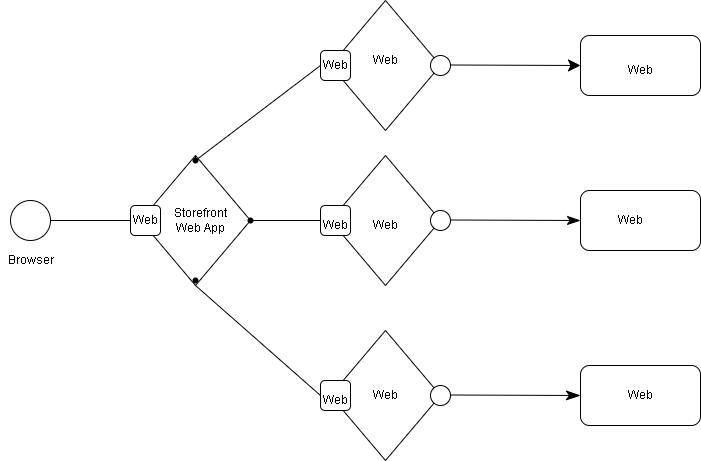
Earlier version of the draw.io export givealittle/MicroServices.png (tiisetsohub/GiveALittle). Source tidied: cells renumbered, new cells last; positions are measured from the earlier drawing's top-left corner, leaving out a move shared by most shapes. Its diagram source:
```xml
<mxGraphModel>
  <root>
    <mxCell id="0" />
    <mxCell id="1" parent="0" />
    <mxCell id="2" style="ellipse;whiteSpace=wrap;html=1;" parent="1" vertex="1">
      <mxGeometry x="10" y="200" width="40" height="40" as="geometry" />
    </mxCell>
    <mxCell id="3" style="rhombus;whiteSpace=wrap;html=1;" parent="1" vertex="1">
      <mxGeometry x="330" width="110" height="130" as="geometry" />
    </mxCell>
    <mxCell id="4" style="rhombus;whiteSpace=wrap;html=1;" parent="1" vertex="1">
      <mxGeometry x="330" y="155" width="110" height="130" as="geometry" />
    </mxCell>
    <mxCell id="5" style="rhombus;whiteSpace=wrap;html=1;" parent="1" vertex="1">
      <mxGeometry x="330" y="330" width="110" height="130" as="geometry" />
    </mxCell>
    <mxCell id="6" style="rounded=1;whiteSpace=wrap;html=1;" parent="1" vertex="1">
      <mxGeometry x="580" y="35" width="120" height="60" as="geometry" />
    </mxCell>
    <mxCell id="7" style="rounded=1;whiteSpace=wrap;html=1;" parent="1" vertex="1">
      <mxGeometry x="580" y="190" width="120" height="60" as="geometry" />
    </mxCell>
    <mxCell id="8" style="rounded=1;whiteSpace=wrap;html=1;" parent="1" vertex="1">
      <mxGeometry x="580" y="365" width="120" height="60" as="geometry" />
    </mxCell>
    <mxCell id="9" style="endArrow=none;html=1;rounded=0;entryX=0;entryY=0.5;entryDx=0;entryDy=0;exitX=1;exitY=0.5;exitDx=0;exitDy=0;startArrow=none;" parent="1" edge="1" source="21" target="10">
      <mxGeometry relative="1" as="geometry" />
    </mxCell>
    <mxCell id="10" style="rhombus;whiteSpace=wrap;html=1;" parent="1" vertex="1">
      <mxGeometry x="140" y="155" width="110" height="130" as="geometry" />
    </mxCell>
    <mxCell id="11" style="rounded=1;whiteSpace=wrap;html=1;" parent="1" vertex="1">
      <mxGeometry x="320" y="50" width="30" height="30" as="geometry" />
    </mxCell>
    <mxCell id="12" style="rounded=1;whiteSpace=wrap;html=1;" parent="1" vertex="1">
      <mxGeometry x="320" y="205" width="30" height="30" as="geometry" />
    </mxCell>
    <mxCell id="13" style="rounded=1;whiteSpace=wrap;html=1;" parent="1" vertex="1">
      <mxGeometry x="320" y="380" width="30" height="30" as="geometry" />
    </mxCell>
    <mxCell id="14" style="ellipse;whiteSpace=wrap;html=1;" parent="1" vertex="1">
      <mxGeometry x="430" y="55" width="20" height="20" as="geometry" />
    </mxCell>
    <mxCell id="15" style="ellipse;whiteSpace=wrap;html=1;" parent="1" vertex="1">
      <mxGeometry x="430" y="210" width="20" height="20" as="geometry" />
    </mxCell>
    <mxCell id="16" style="ellipse;whiteSpace=wrap;html=1;" parent="1" vertex="1">
      <mxGeometry x="430" y="385" width="20" height="20" as="geometry" />
    </mxCell>
    <mxCell id="17" style="endArrow=none;html=1;rounded=0;entryX=0;entryY=0.5;entryDx=0;entryDy=0;exitX=1;exitY=0.5;exitDx=0;exitDy=0;" parent="1" edge="1" source="10" target="12">
      <mxGeometry relative="1" as="geometry" />
    </mxCell>
    <mxCell id="18" style="endArrow=classicThin;html=1;rounded=0;entryX=0;entryY=0.5;entryDx=0;entryDy=0;exitX=1;exitY=0.5;exitDx=0;exitDy=0;endFill=1;endSize=11;" parent="1" edge="1" target="7">
      <mxGeometry relative="1" as="geometry">
        <mxPoint x="450" y="219.5" as="sourcePoint" />
      </mxGeometry>
    </mxCell>
    <mxCell id="19" style="endArrow=classic;html=1;rounded=0;entryX=0;entryY=0.5;entryDx=0;entryDy=0;exitX=1;exitY=0.5;exitDx=0;exitDy=0;endFill=1;endSize=10;" parent="1" edge="1">
      <mxGeometry relative="1" as="geometry">
        <mxPoint x="450" y="64.5" as="sourcePoint" />
        <mxPoint x="580" y="65" as="targetPoint" />
      </mxGeometry>
    </mxCell>
    <mxCell id="20" style="endArrow=classicThin;html=1;rounded=0;entryX=0;entryY=0.5;entryDx=0;entryDy=0;exitX=1;exitY=0.5;exitDx=0;exitDy=0;endFill=1;endSize=12;" parent="1" edge="1">
      <mxGeometry relative="1" as="geometry">
        <mxPoint x="450" y="394.5" as="sourcePoint" />
        <mxPoint x="580" y="395" as="targetPoint" />
      </mxGeometry>
    </mxCell>
    <mxCell id="21" style="rounded=1;whiteSpace=wrap;html=1;" parent="1" vertex="1">
      <mxGeometry x="130" y="205" width="30" height="30" as="geometry" />
    </mxCell>
    <mxCell id="22" style="endArrow=none;html=1;rounded=0;entryX=0;entryY=0.5;entryDx=0;entryDy=0;exitX=1;exitY=0.5;exitDx=0;exitDy=0;" parent="1" edge="1" source="2" target="21">
      <mxGeometry relative="1" as="geometry" />
    </mxCell>
    <mxCell id="23" style="endArrow=none;html=1;rounded=0;entryX=0;entryY=0.5;entryDx=0;entryDy=0;exitDx=0;exitDy=0;startArrow=none;" parent="1" edge="1" source="25" target="11">
      <mxGeometry relative="1" as="geometry" />
    </mxCell>
    <mxCell id="24" style="endArrow=none;html=1;rounded=0;entryX=0;entryY=0.5;entryDx=0;entryDy=0;exitX=0.5;exitY=1;exitDx=0;exitDy=0;" parent="1" edge="1" source="10" target="13">
      <mxGeometry relative="1" as="geometry" />
    </mxCell>
    <mxCell id="25" style="shape=waypoint;sketch=0;fillStyle=solid;size=6;points=[];fillColor=none;perimeter=centerPerimeter;snapToPoint=1;" parent="1" vertex="1">
      <mxGeometry x="175" y="140" width="40" height="40" as="geometry" />
    </mxCell>
    <mxCell id="26" style="endArrow=none;html=1;rounded=0;entryDx=0;entryDy=0;exitX=0.5;exitY=0;exitDx=0;exitDy=0;" parent="1" edge="1" source="10" target="25">
      <mxGeometry relative="1" as="geometry" />
    </mxCell>
    <mxCell id="27" style="shape=waypoint;sketch=0;fillStyle=solid;size=6;fillColor=none;perimeter=centerPerimeter;" parent="1" vertex="1">
      <mxGeometry x="230" y="200" width="40" height="40" as="geometry" />
    </mxCell>
    <mxCell id="28" style="shape=waypoint;sketch=0;fillStyle=solid;size=6;fillColor=none;perimeter=centerPerimeter;" parent="1" vertex="1">
      <mxGeometry x="175" y="260" width="40" height="40" as="geometry" />
    </mxCell>
    <mxCell id="29" value="Browser" style="text;html=1;align=center;verticalAlign=middle;fillColor=none;strokeColor=none;rounded=0;" parent="1" vertex="1">
      <mxGeometry y="250" width="60" height="20" as="geometry" />
    </mxCell>
    <mxCell id="30" value="Web" style="text;html=1;align=center;verticalAlign=middle;fillColor=none;strokeColor=none;rounded=0;" parent="1" vertex="1">
      <mxGeometry x="125" y="210" width="40" height="20" as="geometry" />
    </mxCell>
    <mxCell id="31" value="Storefront&lt;br&gt;Web App" style="text;html=1;align=center;verticalAlign=middle;fillColor=none;strokeColor=none;rounded=0;" parent="1" vertex="1">
      <mxGeometry x="165" y="205" width="70" height="30" as="geometry" />
    </mxCell>
    <mxCell id="32" value="Web" style="text;html=1;align=center;verticalAlign=middle;fillColor=none;strokeColor=none;rounded=0;" parent="1" vertex="1">
      <mxGeometry x="365" y="50" width="40" height="20" as="geometry" />
    </mxCell>
    <mxCell id="33" value="Web" style="text;html=1;align=center;verticalAlign=middle;fillColor=none;strokeColor=none;rounded=0;" parent="1" vertex="1">
      <mxGeometry x="365" y="215" width="40" height="20" as="geometry" />
    </mxCell>
    <mxCell id="34" value="Web" style="text;html=1;align=center;verticalAlign=middle;fillColor=none;strokeColor=none;rounded=0;" parent="1" vertex="1">
      <mxGeometry x="365" y="385" width="40" height="20" as="geometry" />
    </mxCell>
    <mxCell id="35" value="Web" style="text;html=1;align=center;verticalAlign=middle;fillColor=none;strokeColor=none;rounded=0;" parent="1" vertex="1">
      <mxGeometry x="315" y="55" width="40" height="20" as="geometry" />
    </mxCell>
    <mxCell id="36" value="Web" style="text;html=1;align=center;verticalAlign=middle;fillColor=none;strokeColor=none;rounded=0;" parent="1" vertex="1">
      <mxGeometry x="315" y="215" width="40" height="20" as="geometry" />
    </mxCell>
    <mxCell id="37" value="Web" style="text;html=1;align=center;verticalAlign=middle;fillColor=none;strokeColor=none;rounded=0;" parent="1" vertex="1">
      <mxGeometry x="315" y="390" width="40" height="20" as="geometry" />
    </mxCell>
    <mxCell id="38" value="Web" style="text;html=1;align=center;verticalAlign=middle;fillColor=none;strokeColor=none;rounded=0;" parent="1" vertex="1">
      <mxGeometry x="620" y="60" width="40" height="20" as="geometry" />
    </mxCell>
    <mxCell id="39" value="Web" style="text;html=1;align=center;verticalAlign=middle;fillColor=none;strokeColor=none;rounded=0;" parent="1" vertex="1">
      <mxGeometry x="610" y="210" width="40" height="20" as="geometry" />
    </mxCell>
    <mxCell id="40" value="Web" style="text;html=1;align=center;verticalAlign=middle;fillColor=none;strokeColor=none;rounded=0;" parent="1" vertex="1">
      <mxGeometry x="620" y="385" width="40" height="20" as="geometry" />
    </mxCell>
  </root>
</mxGraphModel>
```
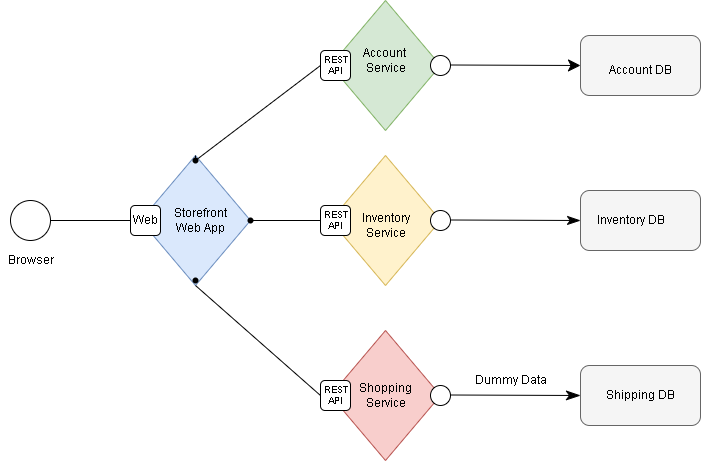
Above is the later version.

What changed in the source:
```diff
@@ -5,28 +5,28 @@
     <mxCell id="2" style="ellipse;whiteSpace=wrap;html=1;" parent="1" vertex="1">
       <mxGeometry x="10" y="200" width="40" height="40" as="geometry" />
     </mxCell>
-    <mxCell id="3" style="rhombus;whiteSpace=wrap;html=1;" parent="1" vertex="1">
+    <mxCell id="3" style="rhombus;whiteSpace=wrap;html=1;fillColor=#d5e8d4;strokeColor=#82b366;" parent="1" vertex="1">
       <mxGeometry x="330" width="110" height="130" as="geometry" />
     </mxCell>
-    <mxCell id="4" style="rhombus;whiteSpace=wrap;html=1;" parent="1" vertex="1">
+    <mxCell id="4" style="rhombus;whiteSpace=wrap;html=1;fillColor=#fff2cc;strokeColor=#d6b656;" parent="1" vertex="1">
       <mxGeometry x="330" y="155" width="110" height="130" as="geometry" />
     </mxCell>
-    <mxCell id="5" style="rhombus;whiteSpace=wrap;html=1;" parent="1" vertex="1">
+    <mxCell id="5" style="rhombus;whiteSpace=wrap;html=1;fillColor=#f8cecc;strokeColor=#b85450;" parent="1" vertex="1">
       <mxGeometry x="330" y="330" width="110" height="130" as="geometry" />
     </mxCell>
-    <mxCell id="6" style="rounded=1;whiteSpace=wrap;html=1;" parent="1" vertex="1">
+    <mxCell id="6" style="rounded=1;whiteSpace=wrap;html=1;fillColor=#f5f5f5;fontColor=#333333;strokeColor=#666666;" parent="1" vertex="1">
       <mxGeometry x="580" y="35" width="120" height="60" as="geometry" />
     </mxCell>
-    <mxCell id="7" style="rounded=1;whiteSpace=wrap;html=1;" parent="1" vertex="1">
+    <mxCell id="7" style="rounded=1;whiteSpace=wrap;html=1;fillColor=#f5f5f5;fontColor=#333333;strokeColor=#666666;" parent="1" vertex="1">
       <mxGeometry x="580" y="190" width="120" height="60" as="geometry" />
     </mxCell>
-    <mxCell id="8" style="rounded=1;whiteSpace=wrap;html=1;" parent="1" vertex="1">
+    <mxCell id="8" style="rounded=1;whiteSpace=wrap;html=1;fillColor=#f5f5f5;fontColor=#333333;strokeColor=#666666;" parent="1" vertex="1">
       <mxGeometry x="580" y="365" width="120" height="60" as="geometry" />
     </mxCell>
     <mxCell id="9" style="endArrow=none;html=1;rounded=0;entryX=0;entryY=0.5;entryDx=0;entryDy=0;exitX=1;exitY=0.5;exitDx=0;exitDy=0;startArrow=none;" parent="1" edge="1" source="21" target="10">
       <mxGeometry relative="1" as="geometry" />
     </mxCell>
-    <mxCell id="10" style="rhombus;whiteSpace=wrap;html=1;" parent="1" vertex="1">
+    <mxCell id="10" style="rhombus;whiteSpace=wrap;html=1;fillColor=#dae8fc;strokeColor=#6c8ebf;" parent="1" vertex="1">
       <mxGeometry x="140" y="155" width="110" height="130" as="geometry" />
     </mxCell>
     <mxCell id="11" style="rounded=1;whiteSpace=wrap;html=1;" parent="1" vertex="1">
@@ -100,32 +100,35 @@
     <mxCell id="31" value="Storefront&lt;br&gt;Web App" style="text;html=1;align=center;verticalAlign=middle;fillColor=none;strokeColor=none;rounded=0;" parent="1" vertex="1">
       <mxGeometry x="165" y="205" width="70" height="30" as="geometry" />
     </mxCell>
-    <mxCell id="32" value="Web" style="text;html=1;align=center;verticalAlign=middle;fillColor=none;strokeColor=none;rounded=0;" parent="1" vertex="1">
-      <mxGeometry x="365" y="50" width="40" height="20" as="geometry" />
+    <mxCell id="32" value="Account&amp;nbsp;&lt;br&gt;Service" style="text;html=1;align=center;verticalAlign=middle;fillColor=none;strokeColor=none;rounded=0;" parent="1" vertex="1">
+      <mxGeometry x="355" y="45" width="60" height="30" as="geometry" />
     </mxCell>
-    <mxCell id="33" value="Web" style="text;html=1;align=center;verticalAlign=middle;fillColor=none;strokeColor=none;rounded=0;" parent="1" vertex="1">
-      <mxGeometry x="365" y="215" width="40" height="20" as="geometry" />
+    <mxCell id="33" value="Inventory&lt;br&gt;Service" style="text;html=1;align=center;verticalAlign=middle;fillColor=none;strokeColor=none;rounded=0;" parent="1" vertex="1">
+      <mxGeometry x="355" y="210" width="60" height="30" as="geometry" />
     </mxCell>
-    <mxCell id="34" value="Web" style="text;html=1;align=center;verticalAlign=middle;fillColor=none;strokeColor=none;rounded=0;" parent="1" vertex="1">
-      <mxGeometry x="365" y="385" width="40" height="20" as="geometry" />
+    <mxCell id="34" value="Shopping&lt;br&gt;Service" style="text;html=1;align=center;verticalAlign=middle;fillColor=none;strokeColor=none;rounded=0;" parent="1" vertex="1">
+      <mxGeometry x="350" y="380" width="70" height="30" as="geometry" />
     </mxCell>
-    <mxCell id="35" value="Web" style="text;html=1;align=center;verticalAlign=middle;fillColor=none;strokeColor=none;rounded=0;" parent="1" vertex="1">
-      <mxGeometry x="315" y="55" width="40" height="20" as="geometry" />
+    <mxCell id="35" value="REST&lt;br&gt;API" style="text;html=1;align=center;verticalAlign=middle;fillColor=none;strokeColor=none;rounded=0;fontSize=9;" parent="1" vertex="1">
+      <mxGeometry x="315" y="50" width="40" height="30" as="geometry" />
     </mxCell>
-    <mxCell id="36" value="Web" style="text;html=1;align=center;verticalAlign=middle;fillColor=none;strokeColor=none;rounded=0;" parent="1" vertex="1">
-      <mxGeometry x="315" y="215" width="40" height="20" as="geometry" />
-    </mxCell>
-    <mxCell id="37" value="Web" style="text;html=1;align=center;verticalAlign=middle;fillColor=none;strokeColor=none;rounded=0;" parent="1" vertex="1">
-      <mxGeometry x="315" y="390" width="40" height="20" as="geometry" />
-    </mxCell>
-    <mxCell id="38" value="Web" style="text;html=1;align=center;verticalAlign=middle;fillColor=none;strokeColor=none;rounded=0;" parent="1" vertex="1">
-      <mxGeometry x="620" y="60" width="40" height="20" as="geometry" />
+    <mxCell id="38" value="Account DB" style="text;html=1;align=center;verticalAlign=middle;rounded=0;" parent="1" vertex="1">
+      <mxGeometry x="600" y="60" width="80" height="20" as="geometry" />
     </mxCell>
-    <mxCell id="39" value="Web" style="text;html=1;align=center;verticalAlign=middle;fillColor=none;strokeColor=none;rounded=0;" parent="1" vertex="1">
-      <mxGeometry x="610" y="210" width="40" height="20" as="geometry" />
+    <mxCell id="39" value="Inventory DB" style="text;html=1;align=center;verticalAlign=middle;fillColor=none;strokeColor=none;rounded=0;" parent="1" vertex="1">
+      <mxGeometry x="590" y="210" width="80" height="20" as="geometry" />
     </mxCell>
-    <mxCell id="40" value="Web" style="text;html=1;align=center;verticalAlign=middle;fillColor=none;strokeColor=none;rounded=0;" parent="1" vertex="1">
-      <mxGeometry x="620" y="385" width="40" height="20" as="geometry" />
+    <mxCell id="40" value="Shipping DB" style="text;html=1;align=center;verticalAlign=middle;fillColor=none;strokeColor=none;rounded=0;" parent="1" vertex="1">
+      <mxGeometry x="600" y="385" width="80" height="20" as="geometry" />
     </mxCell>
+    <mxCell id="41" value="REST&lt;br&gt;API" style="text;html=1;align=center;verticalAlign=middle;fillColor=none;strokeColor=none;rounded=0;fontSize=9;" parent="1" vertex="1">
+      <mxGeometry x="315" y="205" width="40" height="30" as="geometry" />
+    </mxCell>
+    <mxCell id="42" value="REST&lt;br&gt;API" style="text;html=1;align=center;verticalAlign=middle;fillColor=none;strokeColor=none;rounded=0;fontSize=9;" parent="1" vertex="1">
+      <mxGeometry x="315" y="380" width="40" height="30" as="geometry" />
+    </mxCell>
+    <mxCell id="43" value="Dummy Data" style="text;html=1;align=center;verticalAlign=middle;fillColor=none;strokeColor=none;rounded=0;" parent="1" vertex="1">
+      <mxGeometry x="465" y="370" width="90" height="20" as="geometry" />
+    </mxCell>
   </root>
 </mxGraphModel>
```
